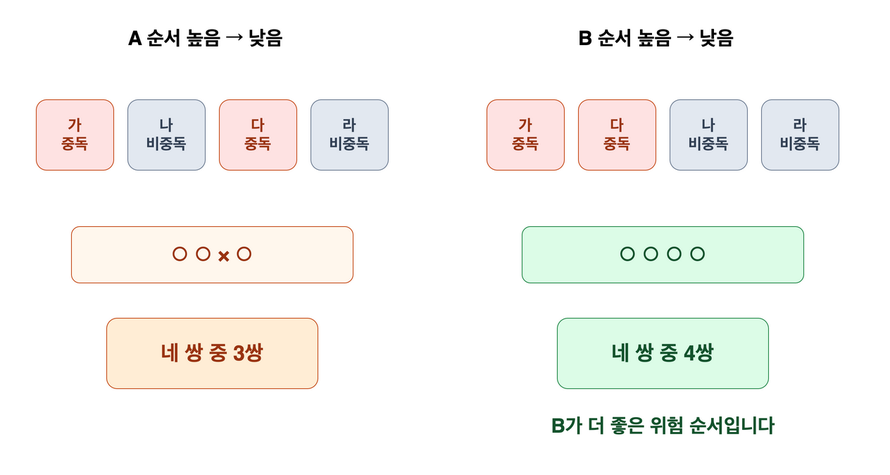
Earlier version of the draw.io export docs/presentation/assets/retrospective-roc-auc-pairs.png (tmheo/predicting-smartphone-addiction). Source tidied: cells renumbered, new cells last; positions are measured from the earlier drawing's top-left corner, leaving out a move shared by most shapes.
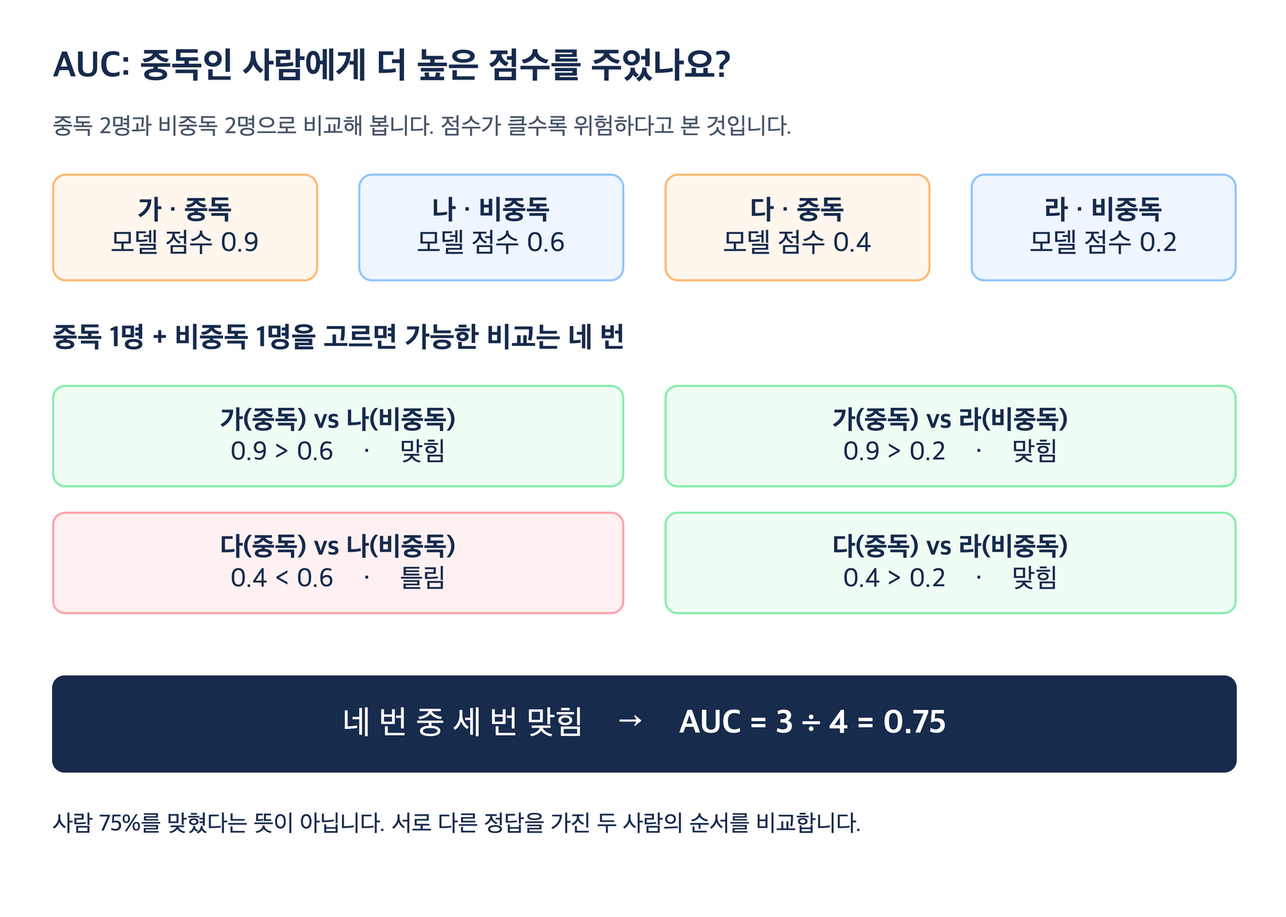
The same file after the commit.

Diff of the diagram source:
```diff
@@ -1,54 +1,48 @@
-<mxGraphModel>
+<mxGraphModel background="#ffffff">
   <root>
     <mxCell id="0" />
     <mxCell id="1" parent="0" />
-    <mxCell id="2" style="rounded=0;whiteSpace=wrap;html=1;fillColor=#ffffff;strokeColor=#ffffff;" parent="1" vertex="1">
-      <mxGeometry width="1240" height="650" as="geometry" />
-    </mxCell>
-    <mxCell id="3" value="A 순서  높음 → 낮음" style="text;html=1;fontStyle=1;fontSize=28;align=center;" parent="1" vertex="1">
-      <mxGeometry x="30" y="20" width="500" height="50" as="geometry" />
+    <mxCell id="3" style="rounded=1;arcSize=12;whiteSpace=wrap;html=1;fontFamily=Apple SD Gothic Neo;fontSize=24;fontStyle=0;fontColor=#172b4d;fillColor=#ffffff;strokeColor=none;strokeWidth=2;spacing=12;" parent="1" vertex="1">
+      <mxGeometry x="-40" y="-40" width="1200" height="850" as="geometry" />
     </mxCell>
-    <mxCell id="4" value="B 순서  높음 → 낮음" style="text;html=1;fontStyle=1;fontSize=28;align=center;" parent="1" vertex="1">
-      <mxGeometry x="670" y="20" width="500" height="50" as="geometry" />
+    <mxCell id="4" value="AUC: 중독인 사람에게 더 높은 점수를 주었나요?" style="rounded=1;arcSize=12;whiteSpace=wrap;html=1;fontFamily=Apple SD Gothic Neo;fontSize=34;fontStyle=1;fontColor=#172b4d;fillColor=none;strokeColor=none;strokeWidth=2;spacing=12;align=left;spacing=0;" parent="1" vertex="1">
+      <mxGeometry y="-15" width="1120" height="55" as="geometry" />
     </mxCell>
-    <mxCell id="5" value="가&#10;중독" style="rounded=1;whiteSpace=wrap;html=1;fillColor=#fee2e2;strokeColor=#c2410c;fontColor=#9a3412;fontStyle=1;fontSize=22;" parent="1" vertex="1">
-      <mxGeometry x="40" y="130" width="110" height="100" as="geometry" />
+    <mxCell id="5" value="중독 2명과 비중독 2명으로 비교해 봅니다. 점수가 클수록 위험하다고 본 것입니다." style="rounded=1;arcSize=12;whiteSpace=wrap;html=1;fontFamily=Apple SD Gothic Neo;fontSize=22;fontStyle=0;fontColor=#475569;fillColor=none;strokeColor=none;strokeWidth=2;spacing=12;align=left;spacing=0;" parent="1" vertex="1">
+      <mxGeometry y="45" width="1120" height="50" as="geometry" />
     </mxCell>
-    <mxCell id="6" value="나&#10;비중독" style="rounded=1;whiteSpace=wrap;html=1;fillColor=#e2e8f0;strokeColor=#64748b;fontColor=#334155;fontStyle=1;fontSize=22;" parent="1" vertex="1">
-      <mxGeometry x="170" y="130" width="110" height="100" as="geometry" />
+    <mxCell id="6" value="&lt;b&gt;가 · 중독&lt;/b&gt;&lt;br&gt;모델 점수 0.9" style="rounded=1;arcSize=12;whiteSpace=wrap;html=1;fontFamily=Apple SD Gothic Neo;fontSize=26;fontStyle=0;fontColor=#172b4d;fillColor=#fff7ed;strokeColor=#fdba74;strokeWidth=2;spacing=12;" parent="1" vertex="1">
+      <mxGeometry y="115" width="250" height="100" as="geometry" />
     </mxCell>
-    <mxCell id="7" value="다&#10;중독" style="rounded=1;whiteSpace=wrap;html=1;fillColor=#fee2e2;strokeColor=#c2410c;fontColor=#9a3412;fontStyle=1;fontSize=22;" parent="1" vertex="1">
-      <mxGeometry x="300" y="130" width="110" height="100" as="geometry" />
+    <mxCell id="7" value="&lt;b&gt;나 · 비중독&lt;/b&gt;&lt;br&gt;모델 점수 0.6" style="rounded=1;arcSize=12;whiteSpace=wrap;html=1;fontFamily=Apple SD Gothic Neo;fontSize=26;fontStyle=0;fontColor=#172b4d;fillColor=#eff6ff;strokeColor=#93c5fd;strokeWidth=2;spacing=12;" parent="1" vertex="1">
+      <mxGeometry x="290" y="115" width="250" height="100" as="geometry" />
     </mxCell>
-    <mxCell id="8" value="라&#10;비중독" style="rounded=1;whiteSpace=wrap;html=1;fillColor=#e2e8f0;strokeColor=#64748b;fontColor=#334155;fontStyle=1;fontSize=22;" parent="1" vertex="1">
-      <mxGeometry x="430" y="130" width="110" height="100" as="geometry" />
+    <mxCell id="8" value="&lt;b&gt;다 · 중독&lt;/b&gt;&lt;br&gt;모델 점수 0.4" style="rounded=1;arcSize=12;whiteSpace=wrap;html=1;fontFamily=Apple SD Gothic Neo;fontSize=26;fontStyle=0;fontColor=#172b4d;fillColor=#fff7ed;strokeColor=#fdba74;strokeWidth=2;spacing=12;" parent="1" vertex="1">
+      <mxGeometry x="580" y="115" width="250" height="100" as="geometry" />
     </mxCell>
-    <mxCell id="9" value="가&#10;중독" style="rounded=1;whiteSpace=wrap;html=1;fillColor=#fee2e2;strokeColor=#c2410c;fontColor=#9a3412;fontStyle=1;fontSize=22;" parent="1" vertex="1">
-      <mxGeometry x="680" y="130" width="110" height="100" as="geometry" />
+    <mxCell id="9" value="&lt;b&gt;라 · 비중독&lt;/b&gt;&lt;br&gt;모델 점수 0.2" style="rounded=1;arcSize=12;whiteSpace=wrap;html=1;fontFamily=Apple SD Gothic Neo;fontSize=26;fontStyle=0;fontColor=#172b4d;fillColor=#eff6ff;strokeColor=#93c5fd;strokeWidth=2;spacing=12;" parent="1" vertex="1">
+      <mxGeometry x="870" y="115" width="250" height="100" as="geometry" />
     </mxCell>
-    <mxCell id="10" value="다&#10;중독" style="rounded=1;whiteSpace=wrap;html=1;fillColor=#fee2e2;strokeColor=#c2410c;fontColor=#9a3412;fontStyle=1;fontSize=22;" parent="1" vertex="1">
-      <mxGeometry x="810" y="130" width="110" height="100" as="geometry" />
+    <mxCell id="10" value="중독 1명 + 비중독 1명을 고르면 가능한 비교는 네 번" style="rounded=1;arcSize=12;whiteSpace=wrap;html=1;fontFamily=Apple SD Gothic Neo;fontSize=27;fontStyle=1;fontColor=#172b4d;fillColor=none;strokeColor=none;strokeWidth=2;spacing=12;align=left;spacing=0;" parent="1" vertex="1">
+      <mxGeometry y="245" width="1120" height="50" as="geometry" />
     </mxCell>
-    <mxCell id="11" value="나&#10;비중독" style="rounded=1;whiteSpace=wrap;html=1;fillColor=#e2e8f0;strokeColor=#64748b;fontColor=#334155;fontStyle=1;fontSize=22;" parent="1" vertex="1">
-      <mxGeometry x="940" y="130" width="110" height="100" as="geometry" />
+    <mxCell id="11" value="&lt;b&gt;가(중독) vs 나(비중독)&lt;/b&gt;&lt;br&gt;0.9 &gt; 0.6　 ·　 맞힘" style="rounded=1;arcSize=12;whiteSpace=wrap;html=1;fontFamily=Apple SD Gothic Neo;fontSize=25;fontStyle=0;fontColor=#172b4d;fillColor=#f0fdf4;strokeColor=#86efac;strokeWidth=2;spacing=12;" parent="1" vertex="1">
+      <mxGeometry y="315" width="540" height="95" as="geometry" />
     </mxCell>
-    <mxCell id="12" value="라&#10;비중독" style="rounded=1;whiteSpace=wrap;html=1;fillColor=#e2e8f0;strokeColor=#64748b;fontColor=#334155;fontStyle=1;fontSize=22;" parent="1" vertex="1">
-      <mxGeometry x="1070" y="130" width="110" height="100" as="geometry" />
+    <mxCell id="12" value="&lt;b&gt;가(중독) vs 라(비중독)&lt;/b&gt;&lt;br&gt;0.9 &gt; 0.2　 ·　 맞힘" style="rounded=1;arcSize=12;whiteSpace=wrap;html=1;fontFamily=Apple SD Gothic Neo;fontSize=25;fontStyle=0;fontColor=#172b4d;fillColor=#f0fdf4;strokeColor=#86efac;strokeWidth=2;spacing=12;" parent="1" vertex="1">
+      <mxGeometry x="580" y="315" width="540" height="95" as="geometry" />
     </mxCell>
-    <mxCell id="13" value="○  ○  ×  ○" style="rounded=1;whiteSpace=wrap;html=1;fillColor=#fff7ed;strokeColor=#c2410c;fontColor=#9a3412;fontStyle=1;fontSize=29;" parent="1" vertex="1">
-      <mxGeometry x="90" y="310" width="400" height="80" as="geometry" />
+    <mxCell id="13" value="&lt;b&gt;다(중독) vs 나(비중독)&lt;/b&gt;&lt;br&gt;0.4 &lt; 0.6　 ·　 틀림" style="rounded=1;arcSize=12;whiteSpace=wrap;html=1;fontFamily=Apple SD Gothic Neo;fontSize=25;fontStyle=0;fontColor=#172b4d;fillColor=#fff1f2;strokeColor=#fda4af;strokeWidth=2;spacing=12;" parent="1" vertex="1">
+      <mxGeometry y="435" width="540" height="95" as="geometry" />
     </mxCell>
-    <mxCell id="14" value="○  ○  ○  ○" style="rounded=1;whiteSpace=wrap;html=1;fillColor=#dcfce7;strokeColor=#15803d;fontColor=#14532d;fontStyle=1;fontSize=29;" parent="1" vertex="1">
-      <mxGeometry x="730" y="310" width="400" height="80" as="geometry" />
+    <mxCell id="14" value="&lt;b&gt;다(중독) vs 라(비중독)&lt;/b&gt;&lt;br&gt;0.4 &gt; 0.2　 ·　 맞힘" style="rounded=1;arcSize=12;whiteSpace=wrap;html=1;fontFamily=Apple SD Gothic Neo;fontSize=25;fontStyle=0;fontColor=#172b4d;fillColor=#f0fdf4;strokeColor=#86efac;strokeWidth=2;spacing=12;" parent="1" vertex="1">
+      <mxGeometry x="580" y="435" width="540" height="95" as="geometry" />
     </mxCell>
-    <mxCell id="15" value="네 쌍 중 3쌍" style="rounded=1;whiteSpace=wrap;html=1;fillColor=#ffedd5;strokeColor=#c2410c;fontColor=#9a3412;fontStyle=1;fontSize=30;" parent="1" vertex="1">
-      <mxGeometry x="140" y="440" width="300" height="100" as="geometry" />
+    <mxCell id="15" value="네 번 중 세 번 맞힘　 →　 &lt;b&gt;AUC = 3 ÷ 4 = 0.75&lt;/b&gt;" style="rounded=1;arcSize=12;whiteSpace=wrap;html=1;fontFamily=Apple SD Gothic Neo;fontSize=31;fontStyle=0;fontColor=#ffffff;fillColor=#172b4d;strokeColor=#172b4d;strokeWidth=2;spacing=12;" parent="1" vertex="1">
+      <mxGeometry y="590" width="1120" height="90" as="geometry" />
     </mxCell>
-    <mxCell id="16" value="네 쌍 중 4쌍" style="rounded=1;whiteSpace=wrap;html=1;fillColor=#dcfce7;strokeColor=#15803d;fontColor=#14532d;fontStyle=1;fontSize=30;" parent="1" vertex="1">
-      <mxGeometry x="780" y="440" width="300" height="100" as="geometry" />
+    <mxCell id="16" value="사람 75%를 맞혔다는 뜻이 아닙니다. 서로 다른 정답을 가진 두 사람의 순서를 비교합니다." style="rounded=1;arcSize=12;whiteSpace=wrap;html=1;fontFamily=Apple SD Gothic Neo;fontSize=22;fontStyle=0;fontColor=#172b4d;fillColor=none;strokeColor=none;strokeWidth=2;spacing=12;align=left;spacing=0;" parent="1" vertex="1">
+      <mxGeometry y="705" width="1120" height="50" as="geometry" />
     </mxCell>
-    <mxCell id="17" value="B가 더 좋은 위험 순서입니다" style="text;html=1;fontStyle=1;fontSize=28;align=center;fontColor=#14532d;" parent="1" vertex="1">
-      <mxGeometry x="670" y="570" width="520" height="50" as="geometry" />
-    </mxCell>
   </root>
 </mxGraphModel>
```
